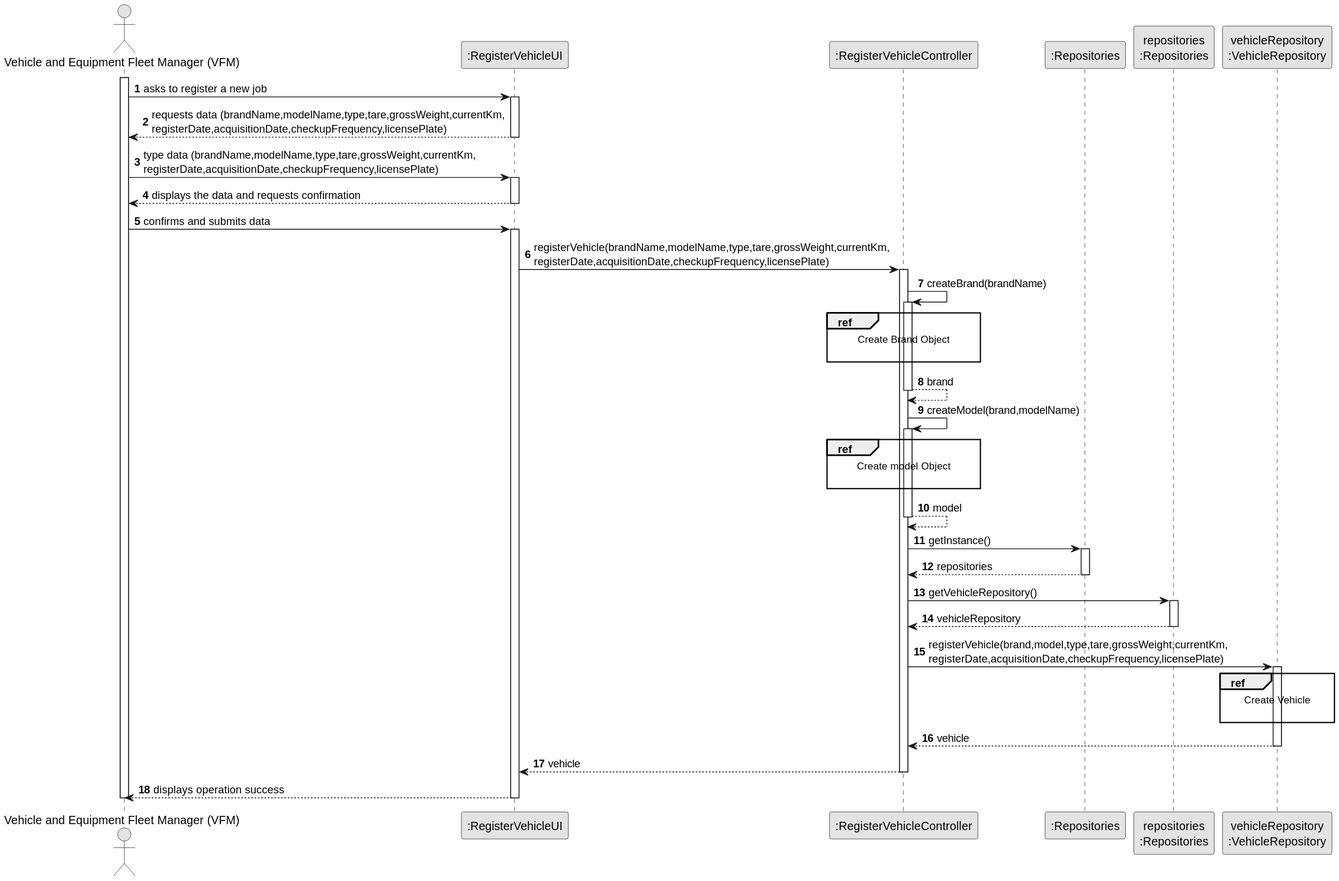
Earlier version of the PlantUML export docs/sprint2/us06/03.design/svg/us06-sequence-diagram.svg (Departamento-de-Engenharia-Informatica/lei-24-s2-1db-g022).
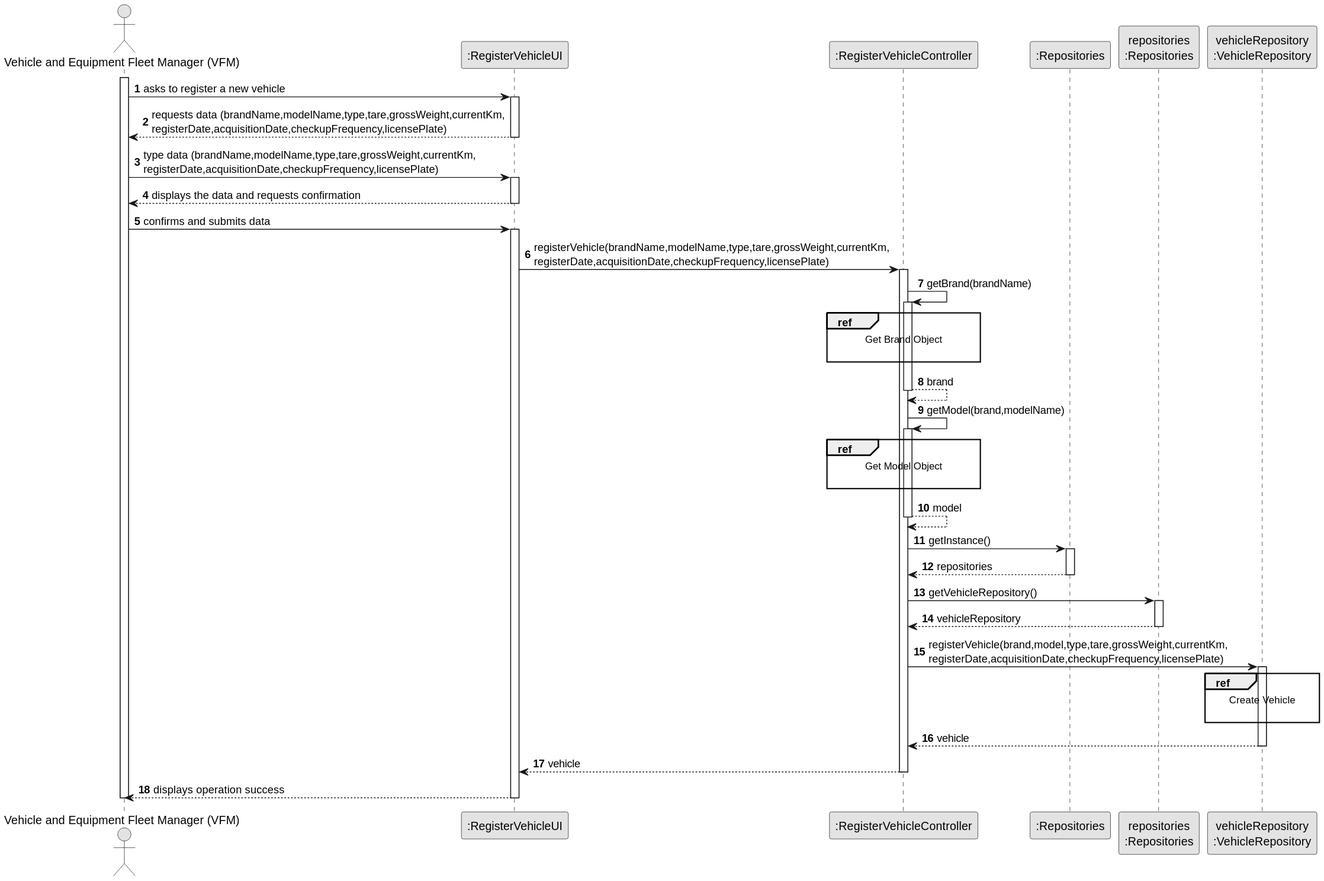
After the change.

The edit, as a diff of the source:
```diff
@@ -14,7 +14,7 @@
 
 activate VFM
 
-        VFM -> UI : asks to register a new job
+        VFM -> UI : asks to register a new vehicle
     activate UI
 
         UI --> VFM : requests data (brandName,modelName,type,tare,grossWeight,currentKm,\nregisterDate,acquisitionDate,checkupFrequency,licensePlate)
@@ -35,22 +35,22 @@
 
             activate CTRL
 
-             CTRL -> CTRL : createBrand(brandName)
+             CTRL -> CTRL : getBrand(brandName)
             activate CTRL
 
                 ref over CTRL
-                    Create Brand Object
+                    Get Brand Object
 
                 end ref
 
                 CTRL --> CTRL : brand
             deactivate CTRL
 
-            CTRL -> CTRL : createModel(brand,modelName)
+            CTRL -> CTRL : getModel(brand,modelName)
             activate CTRL
 
                 ref over CTRL
-                    Create model Object
+                    Get Model Object
 
                 end ref
                 CTRL --> CTRL : model
```
